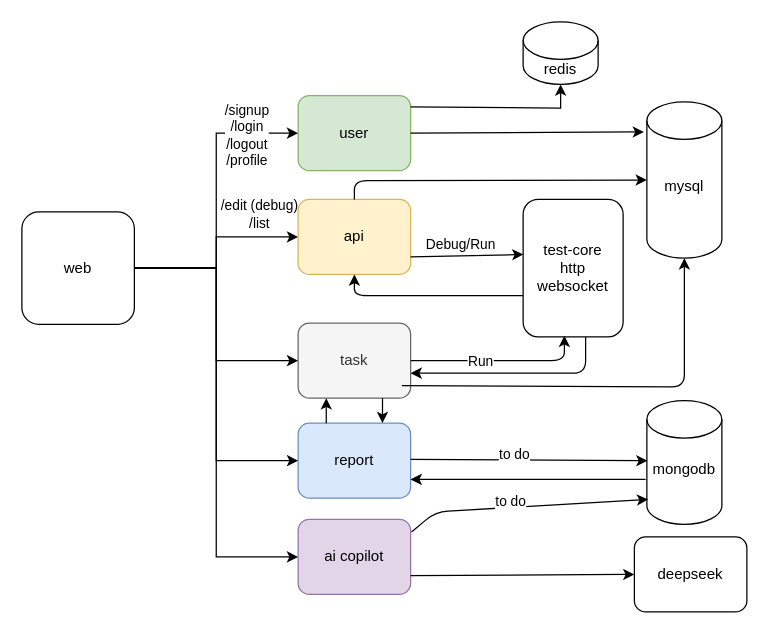
Above: testengine.drawio in half-coconut/egg (draw.io), before the change. Source tidied: cells renumbered, new cells numbered last; positions are measured from the earlier drawing's top-left corner, leaving out a move shared by most shapes. Both pictures are drawn from the tidied source at 125%, with x=0, y=0 at pixel (21, 21).
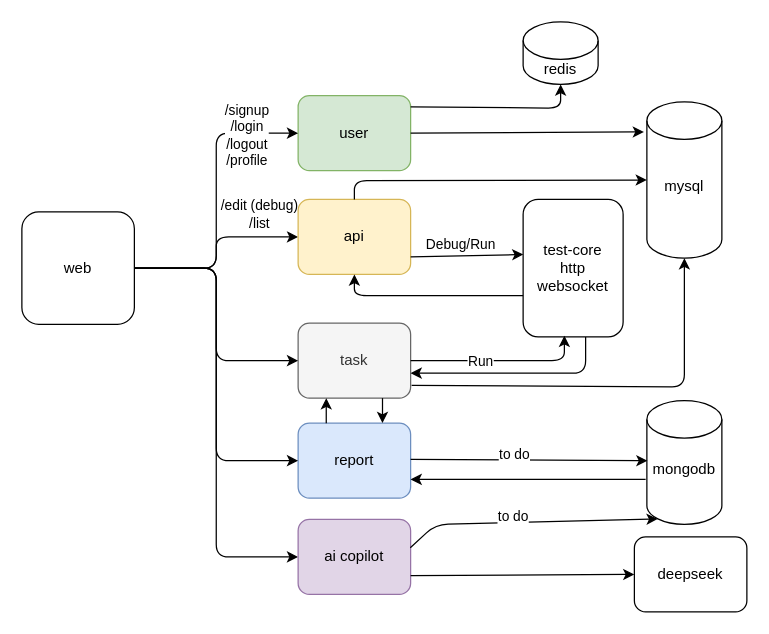
The same page after the edit.

The change refers to these unchanged cells:
```xml
<mxCell id="4" value="&lt;div&gt;&lt;span style=&quot;background-color: transparent; color: light-dark(rgb(0, 0, 0), rgb(255, 255, 255));&quot;&gt;web&lt;/span&gt;&lt;/div&gt;" style="whiteSpace=wrap;html=1;fillStyle=auto;rounded=1;" parent="1" vertex="1">
  <mxGeometry y="152" width="90" height="90" as="geometry" />
</mxCell>
<mxCell id="5" value="user" style="rounded=1;whiteSpace=wrap;html=1;fillColor=#d5e8d4;strokeColor=#82b366;" parent="1" vertex="1">
  <mxGeometry x="221" y="59" width="90" height="60" as="geometry" />
</mxCell>
<mxCell id="6" value="report" style="rounded=1;whiteSpace=wrap;html=1;fillColor=#dae8fc;strokeColor=#6c8ebf;" parent="1" vertex="1">
  <mxGeometry x="221" y="321" width="90" height="60" as="geometry" />
</mxCell>
<mxCell id="7" value="task" style="rounded=1;whiteSpace=wrap;html=1;fillColor=#f5f5f5;strokeColor=#666666;fontColor=#333333;" parent="1" vertex="1">
  <mxGeometry x="221" y="241" width="90" height="60" as="geometry" />
</mxCell>
<mxCell id="8" value="api" style="rounded=1;whiteSpace=wrap;html=1;fillColor=#fff2cc;strokeColor=#d6b656;" parent="1" vertex="1">
  <mxGeometry x="221" y="142" width="90" height="60" as="geometry" />
</mxCell>
<mxCell id="9" value="redis" style="shape=cylinder3;whiteSpace=wrap;html=1;boundedLbl=1;backgroundOutline=1;size=15;" parent="1" vertex="1">
  <mxGeometry x="401" width="60" height="50" as="geometry" />
</mxCell>
<mxCell id="10" value="mysql&lt;div&gt;&lt;br&gt;&lt;/div&gt;" style="shape=cylinder3;whiteSpace=wrap;html=1;boundedLbl=1;backgroundOutline=1;size=15;" parent="1" vertex="1">
  <mxGeometry x="500" y="64" width="60" height="125" as="geometry" />
</mxCell>
<mxCell id="15" value="mongodb&lt;div&gt;&lt;br&gt;&lt;/div&gt;" style="shape=cylinder3;whiteSpace=wrap;html=1;boundedLbl=1;backgroundOutline=1;size=15;" parent="1" vertex="1">
  <mxGeometry x="500" y="303" width="60" height="99" as="geometry" />
</mxCell>
<mxCell id="23" value="ai copilot" style="rounded=1;whiteSpace=wrap;html=1;fillColor=#e1d5e7;strokeColor=#9673a6;" parent="1" vertex="1">
  <mxGeometry x="221" y="398" width="90" height="60" as="geometry" />
</mxCell>
```

Change to the diagram source:
```diff
@@
-    <mxCell id="2" style="edgeStyle=orthogonalEdgeStyle;rounded=0;jettySize=auto;html=1;" parent="1" edge="1" source="4" target="8">
+    <mxCell id="2" style="edgeStyle=orthogonalEdgeStyle;rounded=1;jettySize=auto;html=1;curved=0;" parent="1" edge="1" source="4" target="8">
       <mxGeometry relative="1" as="geometry" />
     </mxCell>
@@
-    <mxCell id="18" style="edgeStyle=orthogonalEdgeStyle;rounded=0;jettySize=auto;html=1;entryX=0;entryY=0.5;entryDx=0;entryDy=0;exitX=1;exitY=0.5;exitDx=0;exitDy=0;" parent="1" edge="1" source="4" target="7">
+    <mxCell id="18" style="edgeStyle=orthogonalEdgeStyle;rounded=1;jettySize=auto;html=1;entryX=0;entryY=0.5;entryDx=0;entryDy=0;exitX=1;exitY=0.5;exitDx=0;exitDy=0;curved=0;" parent="1" edge="1" source="4" target="7">
       <mxGeometry relative="1" as="geometry" />
     </mxCell>
-    <mxCell id="19" style="edgeStyle=orthogonalEdgeStyle;rounded=0;jettySize=auto;html=1;entryX=0;entryY=0.5;entryDx=0;entryDy=0;exitX=1;exitY=0.5;exitDx=0;exitDy=0;" parent="1" edge="1" source="4" target="5">
+    <mxCell id="19" style="edgeStyle=orthogonalEdgeStyle;rounded=1;jettySize=auto;html=1;entryX=0;entryY=0.5;entryDx=0;entryDy=0;exitX=1;exitY=0.5;exitDx=0;exitDy=0;curved=0;" parent="1" edge="1" source="4" target="5">
       <mxGeometry relative="1" as="geometry" />
     </mxCell>
@@
-    <mxCell id="21" style="edgeStyle=orthogonalEdgeStyle;rounded=0;jettySize=auto;html=1;entryX=0;entryY=0.5;entryDx=0;entryDy=0;exitX=1;exitY=0.5;exitDx=0;exitDy=0;" parent="1" edge="1" source="4" target="6">
+    <mxCell id="21" style="edgeStyle=orthogonalEdgeStyle;rounded=1;jettySize=auto;html=1;entryX=0;entryY=0.5;entryDx=0;entryDy=0;exitX=1;exitY=0.5;exitDx=0;exitDy=0;curved=0;" parent="1" edge="1" source="4" target="6">
       <mxGeometry relative="1" as="geometry" />
     </mxCell>
-    <mxCell id="22" style="edgeStyle=orthogonalEdgeStyle;rounded=0;jettySize=auto;html=1;entryX=0;entryY=0.5;entryDx=0;entryDy=0;exitX=1;exitY=0.5;exitDx=0;exitDy=0;" parent="1" edge="1" source="4" target="23">
+    <mxCell id="22" style="edgeStyle=orthogonalEdgeStyle;rounded=1;jettySize=auto;html=1;entryX=0;entryY=0.5;entryDx=0;entryDy=0;exitX=1;exitY=0.5;exitDx=0;exitDy=0;curved=0;" parent="1" edge="1" source="4" target="23">
       <mxGeometry relative="1" as="geometry" />
     </mxCell>
@@
-    <mxCell id="34" style="endArrow=classic;html=1;rounded=0;exitX=1;exitY=0.15;exitDx=0;exitDy=0;entryX=0.5;entryY=1;entryDx=0;entryDy=0;entryPerimeter=0;exitPerimeter=0;" parent="1" edge="1" source="5" target="9">
+    <mxCell id="34" style="endArrow=classic;html=1;rounded=1;exitX=1;exitY=0.15;exitDx=0;exitDy=0;entryX=0.5;entryY=1;entryDx=0;entryDy=0;entryPerimeter=0;exitPerimeter=0;curved=0;" parent="1" edge="1" source="5" target="9">
       <mxGeometry relative="1" as="geometry">
         <Array as="points">
           <mxPoint x="431" y="69" />
         </Array>
       </mxGeometry>
     </mxCell>
@@
-    <mxCell id="36" style="endArrow=classic;html=1;rounded=1;exitX=1.008;exitY=0.167;exitDx=0;exitDy=0;entryX=0.017;entryY=0.798;entryDx=0;entryDy=0;entryPerimeter=0;exitPerimeter=0;curved=0;" parent="1" edge="1" source="23" target="15">
+    <mxCell id="36" style="endArrow=classic;html=1;rounded=1;exitX=0.997;exitY=0.379;exitDx=0;exitDy=0;entryX=0.145;entryY=1;entryDx=0;entryDy=-4.35;entryPerimeter=0;exitPerimeter=0;curved=0;" parent="1" edge="1" source="23" target="15">
       <mxGeometry relative="1" as="geometry">
         <Array as="points">
-          <mxPoint x="331" y="392" />
+          <mxPoint x="331" y="402" />
         </Array>
       </mxGeometry>
     </mxCell>
@@
-    <mxCell id="38" style="endArrow=classic;html=1;rounded=1;exitX=1;exitY=1;exitDx=0;exitDy=0;entryX=0.5;entryY=1;entryDx=0;entryDy=0;entryPerimeter=0;curved=0;" parent="1" edge="1" target="10">
+    <mxCell id="38" style="endArrow=classic;html=1;rounded=1;exitX=1.009;exitY=0.829;exitDx=0;exitDy=0;entryX=0.5;entryY=1;entryDx=0;entryDy=0;entryPerimeter=0;curved=0;exitPerimeter=0;" parent="1" edge="1" source="7" target="10">
       <mxGeometry relative="1" as="geometry">
-        <mxPoint x="304" y="291" as="sourcePoint" />
         <Array as="points">
           <mxPoint x="530" y="292" />
         </Array>
       </mxGeometry>
     </mxCell>
```
